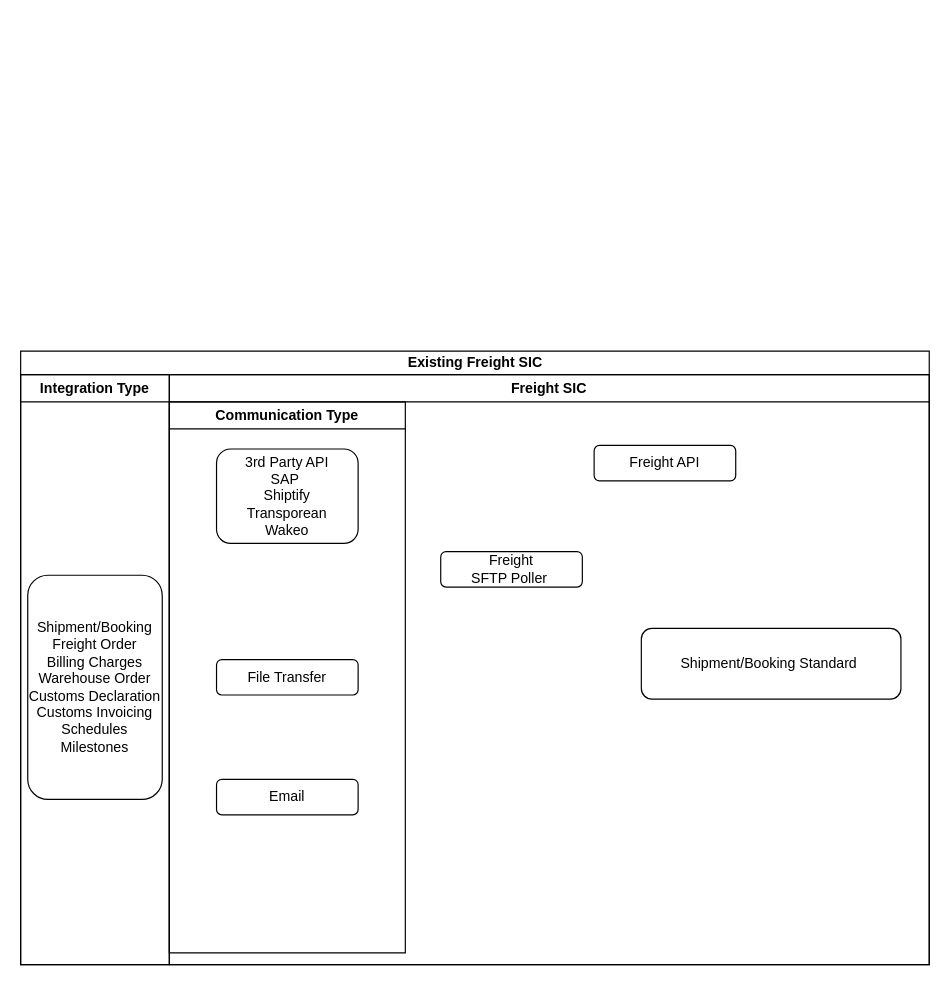
Cyrolies/TigersFreightDocs keeps this draw.io diagram as Untitled Diagram.drawio. Above is the earlier version. Source tidied: cells renumbered, new cells numbered last; positions are measured from the earlier drawing's top-left corner, leaving out a move shared by most shapes. Both pictures are drawn from the tidied source at 118%, with x=0, y=0 at pixel (20, 350).
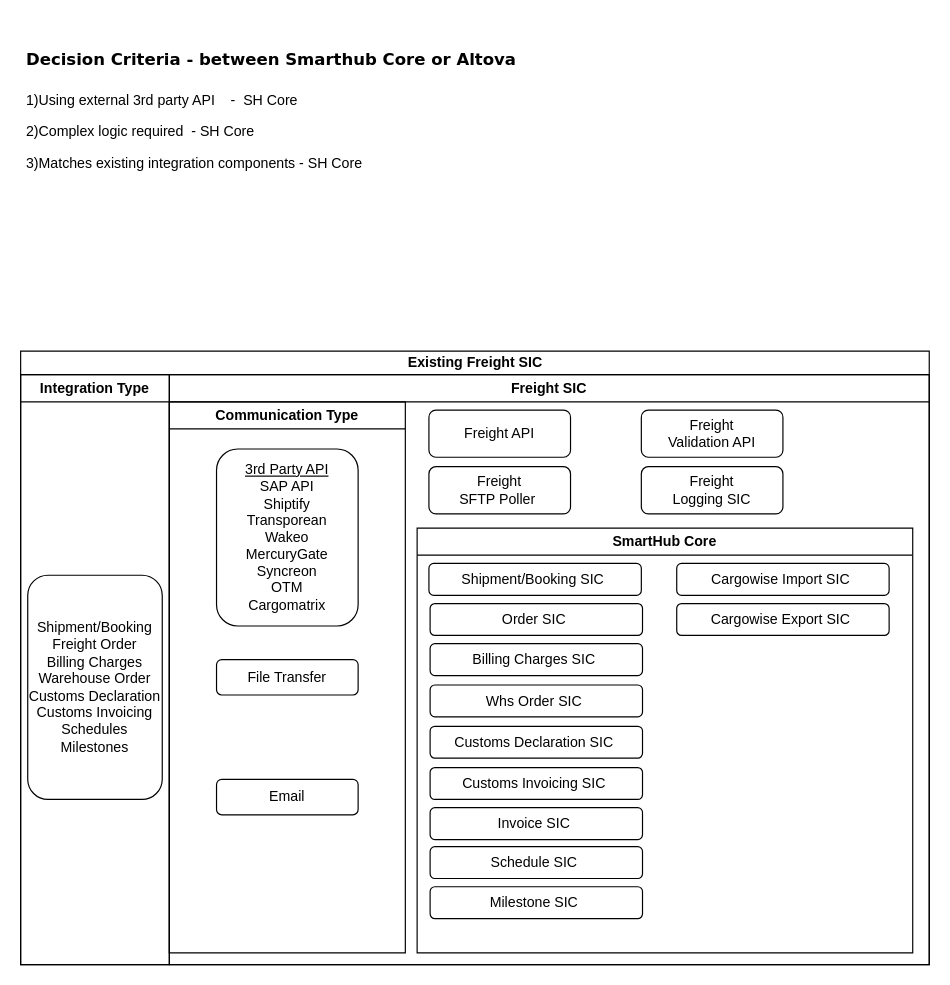
After the change.

Unchanged cells that the change refers to:
```xml
<mxCell id="5" value="Freight SIC" style="swimlane;whiteSpace=wrap;html=1;rounded=0;fontFamily=Helvetica;fontSize=12;fontColor=default;fillColor=none;gradientColor=none;" parent="2" vertex="1">
  <mxGeometry x="126" y="20" width="644" height="500" as="geometry" />
</mxCell>
<mxCell id="8" value="Communication Type" style="swimlane;whiteSpace=wrap;html=1;rounded=0;fontFamily=Helvetica;fontSize=12;fontColor=default;fillColor=none;gradientColor=none;" parent="5" vertex="1">
  <mxGeometry y="23" width="200" height="467" as="geometry" />
</mxCell>
```

Change to the diagram source:
```diff
@@
     <mxCell id="6" value="Freight API" style="rounded=1;whiteSpace=wrap;html=1;fontFamily=Helvetica;fontSize=12;fontColor=default;fillColor=none;gradientColor=none;" parent="5" vertex="1">
-      <mxGeometry x="360" y="60" width="120" height="30" as="geometry" />
+      <mxGeometry x="220" y="30" width="120" height="40" as="geometry" />
     </mxCell>
-    <mxCell id="7" value="Shipment/Booking Standard&amp;nbsp;" style="rounded=1;whiteSpace=wrap;html=1;fontFamily=Helvetica;fontSize=12;fontColor=default;fillColor=none;gradientColor=none;" parent="5" vertex="1">
-      <mxGeometry x="400" y="215" width="220" height="60" as="geometry" />
-    </mxCell>
@@
-    <mxCell id="11" value="3rd Party API&lt;br&gt;SAP&amp;nbsp;&lt;br&gt;Shiptify&lt;br&gt;Transporean&lt;br&gt;Wakeo" style="rounded=1;whiteSpace=wrap;html=1;fontFamily=Helvetica;fontSize=12;fontColor=default;fillColor=none;gradientColor=none;" parent="8" vertex="1">
-      <mxGeometry x="40" y="40" width="120" height="80" as="geometry" />
+    <mxCell id="11" value="&lt;u&gt;3rd Party API&lt;/u&gt;&lt;br&gt;SAP API&lt;br&gt;Shiptify&lt;br&gt;Transporean&lt;br&gt;Wakeo&lt;br&gt;MercuryGate&lt;br&gt;Syncreon&lt;br&gt;OTM&lt;br&gt;Cargomatrix" style="rounded=1;whiteSpace=wrap;html=1;fontFamily=Helvetica;fontSize=12;fontColor=default;fillColor=none;gradientColor=none;" parent="8" vertex="1">
+      <mxGeometry x="40" y="40" width="120" height="150" as="geometry" />
     </mxCell>
     <mxCell id="12" value="Freight &lt;br&gt;SFTP Poller&amp;nbsp;" style="rounded=1;whiteSpace=wrap;html=1;fontFamily=Helvetica;fontSize=12;fontColor=default;fillColor=none;gradientColor=none;" parent="5" vertex="1">
-      <mxGeometry x="230" y="150" width="120" height="30" as="geometry" />
+      <mxGeometry x="220" y="78" width="120" height="40" as="geometry" />
     </mxCell>
+    <mxCell id="13" value="SmartHub Core" style="swimlane;whiteSpace=wrap;html=1;rounded=0;fontFamily=Helvetica;fontSize=12;fontColor=default;fillColor=none;gradientColor=none;" parent="5" vertex="1">
+      <mxGeometry x="210" y="130" width="420" height="360" as="geometry" />
+    </mxCell>
+    <mxCell id="7" value="Shipment/Booking SIC&amp;nbsp;" style="rounded=1;whiteSpace=wrap;html=1;fontFamily=Helvetica;fontSize=12;fontColor=default;fillColor=none;gradientColor=none;" parent="13" vertex="1">
+      <mxGeometry x="10" y="30" width="180" height="27" as="geometry" />
+    </mxCell>
+    <mxCell id="14" value="Customs Invoicing SIC&amp;nbsp;" style="rounded=1;whiteSpace=wrap;html=1;fontFamily=Helvetica;fontSize=12;fontColor=default;fillColor=none;gradientColor=none;" parent="13" vertex="1">
+      <mxGeometry x="11" y="203" width="180" height="27" as="geometry" />
+    </mxCell>
+    <mxCell id="15" value="Customs Declaration SIC&amp;nbsp;" style="rounded=1;whiteSpace=wrap;html=1;fontFamily=Helvetica;fontSize=12;fontColor=default;fillColor=none;gradientColor=none;" parent="13" vertex="1">
+      <mxGeometry x="11" y="168" width="180" height="27" as="geometry" />
+    </mxCell>
+    <mxCell id="16" value="Whs Order SIC&amp;nbsp;" style="rounded=1;whiteSpace=wrap;html=1;fontFamily=Helvetica;fontSize=12;fontColor=default;fillColor=none;gradientColor=none;" parent="13" vertex="1">
+      <mxGeometry x="11" y="133" width="180" height="27" as="geometry" />
+    </mxCell>
+    <mxCell id="17" value="Billing Charges SIC&amp;nbsp;" style="rounded=1;whiteSpace=wrap;html=1;fontFamily=Helvetica;fontSize=12;fontColor=default;fillColor=none;gradientColor=none;" parent="13" vertex="1">
+      <mxGeometry x="11" y="98" width="180" height="27" as="geometry" />
+    </mxCell>
+    <mxCell id="18" value="Order SIC&amp;nbsp;" style="rounded=1;whiteSpace=wrap;html=1;fontFamily=Helvetica;fontSize=12;fontColor=default;fillColor=none;gradientColor=none;" parent="13" vertex="1">
+      <mxGeometry x="11" y="64" width="180" height="27" as="geometry" />
+    </mxCell>
+    <mxCell id="19" value="Invoice SIC&amp;nbsp;" style="rounded=1;whiteSpace=wrap;html=1;fontFamily=Helvetica;fontSize=12;fontColor=default;fillColor=none;gradientColor=none;" parent="13" vertex="1">
+      <mxGeometry x="11" y="237" width="180" height="27" as="geometry" />
+    </mxCell>
+    <mxCell id="20" value="Schedule SIC&amp;nbsp;" style="rounded=1;whiteSpace=wrap;html=1;fontFamily=Helvetica;fontSize=12;fontColor=default;fillColor=none;gradientColor=none;" parent="13" vertex="1">
+      <mxGeometry x="11" y="270" width="180" height="27" as="geometry" />
+    </mxCell>
+    <mxCell id="21" value="Milestone SIC&amp;nbsp;" style="rounded=1;whiteSpace=wrap;html=1;fontFamily=Helvetica;fontSize=12;fontColor=default;fillColor=none;gradientColor=none;" parent="13" vertex="1">
+      <mxGeometry x="11" y="304" width="180" height="27" as="geometry" />
+    </mxCell>
+    <mxCell id="22" value="Cargowise Import SIC&amp;nbsp;" style="rounded=1;whiteSpace=wrap;html=1;fontFamily=Helvetica;fontSize=12;fontColor=default;fillColor=none;gradientColor=none;" parent="13" vertex="1">
+      <mxGeometry x="220" y="30" width="180" height="27" as="geometry" />
+    </mxCell>
+    <mxCell id="23" value="Cargowise Export SIC&amp;nbsp;" style="rounded=1;whiteSpace=wrap;html=1;fontFamily=Helvetica;fontSize=12;fontColor=default;fillColor=none;gradientColor=none;" parent="13" vertex="1">
+      <mxGeometry x="220" y="64" width="180" height="27" as="geometry" />
+    </mxCell>
+    <mxCell id="24" value="Freight &lt;br&gt;Validation API" style="rounded=1;whiteSpace=wrap;html=1;fontFamily=Helvetica;fontSize=12;fontColor=default;fillColor=none;gradientColor=none;" parent="5" vertex="1">
+      <mxGeometry x="400" y="30" width="120" height="40" as="geometry" />
+    </mxCell>
+    <mxCell id="25" value="Freight &lt;br&gt;Logging SIC" style="rounded=1;whiteSpace=wrap;html=1;fontFamily=Helvetica;fontSize=12;fontColor=default;fillColor=none;gradientColor=none;" parent="5" vertex="1">
+      <mxGeometry x="400" y="78" width="120" height="40" as="geometry" />
+    </mxCell>
+    <mxCell id="26" value="&lt;h1&gt;&lt;font face=&quot;Verdana&quot; style=&quot;font-size: 14px;&quot;&gt;Decision Criteria - between Smarthub Core or Altova&lt;/font&gt;&lt;/h1&gt;&lt;p&gt;1)Using external 3rd party API&amp;nbsp; &amp;nbsp; -&amp;nbsp; SH Core&lt;/p&gt;&lt;p&gt;2)Complex logic required&amp;nbsp; - SH Core&lt;/p&gt;&lt;p&gt;3)Matches existing integration components - SH Core&lt;/p&gt;" style="text;html=1;strokeColor=none;fillColor=none;spacing=5;spacingTop=-20;whiteSpace=wrap;overflow=hidden;rounded=0;fontSize=12;fontFamily=Helvetica;fontColor=default;align=left;" parent="1" vertex="1">
+      <mxGeometry y="-270" width="766" height="190" as="geometry" />
+    </mxCell>
```
